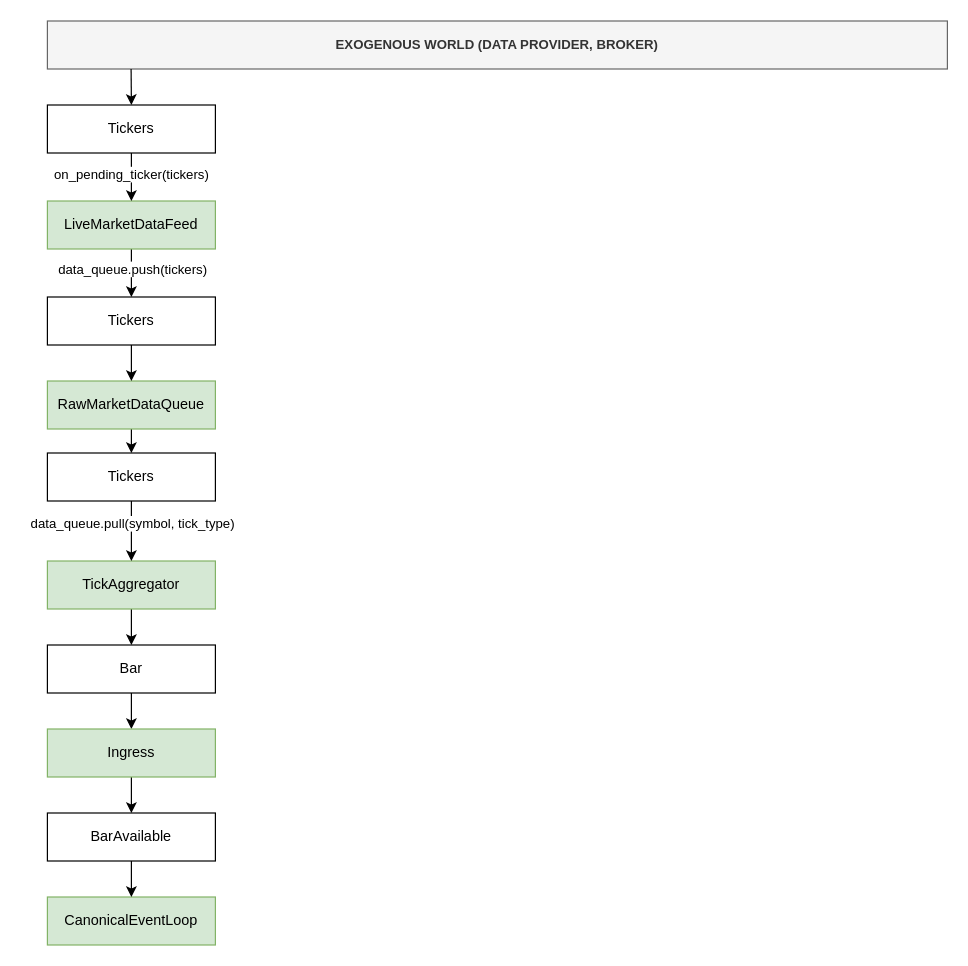
ManuelBayon/InvestIQ-v2 keeps this draw.io diagram as page "LiveMarketDataFeed" (3 of 3) of docs/03. Causal chains/01. Diagrams/canonical_event_schema.drawio. Above is the earlier version. Source tidied: cells renumbered, new cells numbered last; positions are measured from the earlier drawing's top-left corner, leaving out a move shared by most shapes. Both pictures are drawn from the tidied source at 120%, with x=0, y=0 at pixel (47, 20).
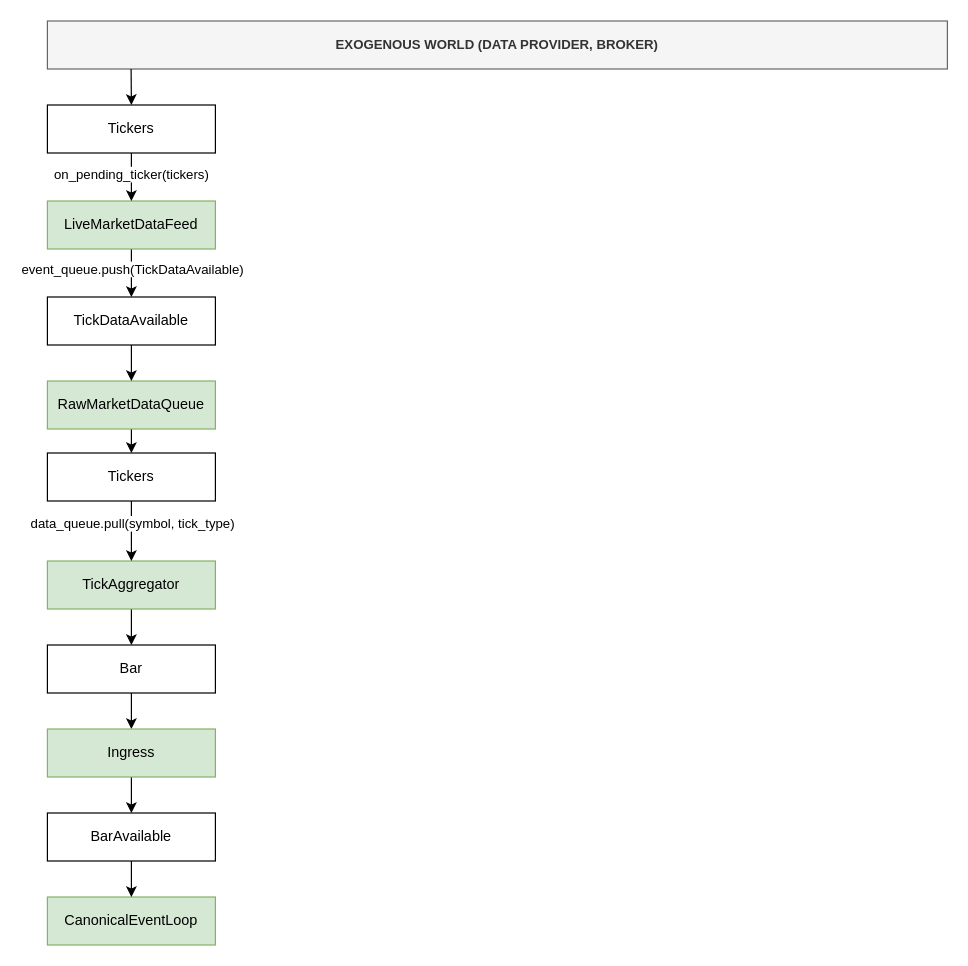
Above is the later version.

Unchanged cells that the change refers to:
```xml
<mxCell id="2" style="edgeStyle=orthogonalEdgeStyle;rounded=0;jettySize=auto;html=1;exitX=0.5;exitY=1;exitDx=0;exitDy=0;entryX=0.5;entryY=0;entryDx=0;entryDy=0;" parent="1" edge="1" source="4" target="23">
  <mxGeometry relative="1" as="geometry" />
</mxCell>
```

Diff of the diagram source:
```diff
@@
-    <mxCell id="3" value="data_queue.push(tickers)" style="edgeLabel;html=1;align=center;verticalAlign=middle;" parent="2" vertex="1">
+    <mxCell id="3" value="event_queue.push(TickDataAvailable)" style="edgeLabel;html=1;align=center;verticalAlign=middle;" parent="2" vertex="1">
       <mxGeometry x="-0.19" relative="1" as="geometry" />
     </mxCell>
@@
-    <mxCell id="23" value="Tickers" style="rounded=0;whiteSpace=wrap;html=1;" parent="1" vertex="1">
+    <mxCell id="23" value="TickDataAvailable" style="rounded=0;whiteSpace=wrap;html=1;" parent="1" vertex="1">
       <mxGeometry y="230" width="140" height="40" as="geometry" />
     </mxCell>
```
